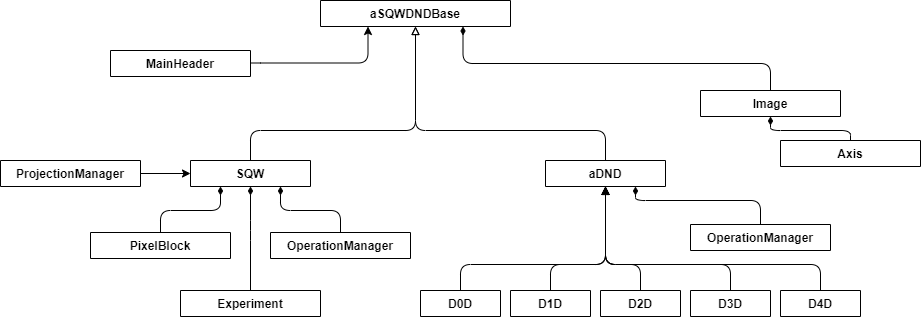
Earlier version of the draw.io export documentation/diagrams/sqw-dnd.png (pace-neutrons/Horace). Source tidied: cells renumbered, new cells last; positions are measured from the earlier drawing's top-left corner, leaving out a move shared by most shapes.
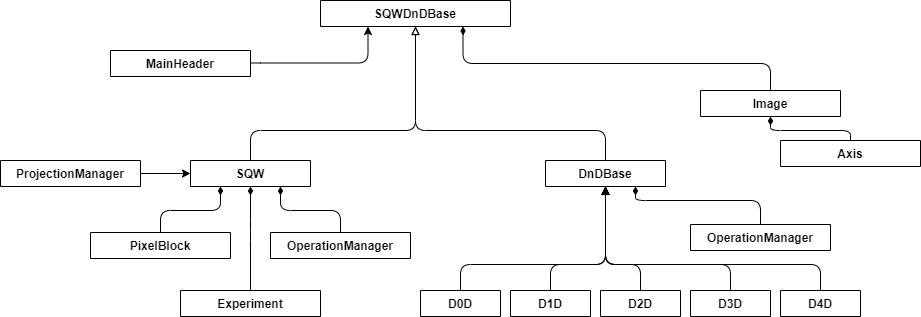
The same diagram one commit later.

Commit message:
Update SQW base class names

Change to the diagram source:
```diff
@@ -128,7 +128,7 @@
     <mxCell id="22" value="ProjectionManager" style="swimlane;fontStyle=1;align=center;verticalAlign=top;horizontal=1;startSize=26;" parent="1" vertex="1" collapsed="1">
       <mxGeometry y="160" width="140" height="26" as="geometry" />
     </mxCell>
-    <mxCell id="23" value="aDND" style="swimlane;fontStyle=1;align=center;verticalAlign=top;horizontal=1;startSize=26;" parent="1" vertex="1" collapsed="1">
+    <mxCell id="23" value="DnDBase" style="swimlane;fontStyle=1;align=center;verticalAlign=top;horizontal=1;startSize=26;" parent="1" vertex="1" collapsed="1">
       <mxGeometry x="545" y="160" width="120" height="26" as="geometry" />
     </mxCell>
     <mxCell id="24" value="OperationManager" style="swimlane;fontStyle=1;align=center;verticalAlign=top;horizontal=1;startSize=26;" parent="1" vertex="1" collapsed="1">
@@ -155,7 +155,7 @@
     <mxCell id="31" value="MainHeader" style="swimlane;fontStyle=1;align=center;verticalAlign=top;horizontal=1;startSize=26;" parent="1" vertex="1" collapsed="1">
       <mxGeometry x="110" y="50" width="140" height="26" as="geometry" />
     </mxCell>
-    <mxCell id="32" value="aSQWDNDBase" style="swimlane;fontStyle=1;align=center;verticalAlign=top;horizontal=1;startSize=26;" parent="1" vertex="1" collapsed="1">
+    <mxCell id="32" value="SQWDnDBase" style="swimlane;fontStyle=1;align=center;verticalAlign=top;horizontal=1;startSize=26;" parent="1" vertex="1" collapsed="1">
       <mxGeometry x="320" width="190" height="26" as="geometry" />
     </mxCell>
   </root>
```
